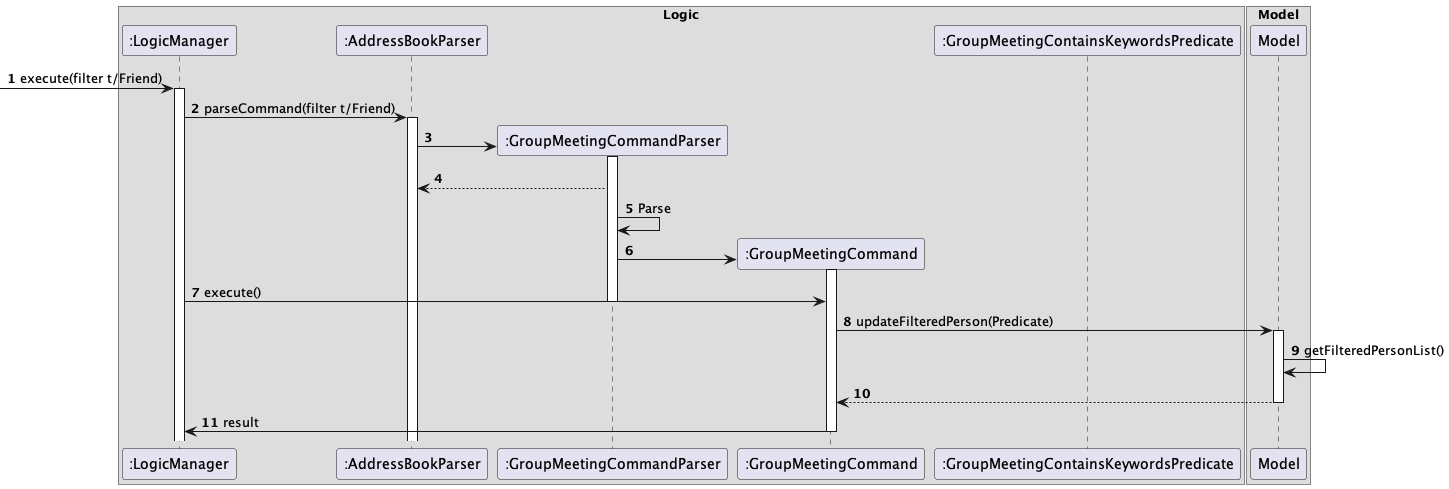
Before: diagrams/GroupMeetingSequenceDiagram.png, a diagram exported from PlantUML (AY2324S1-CS2103-W14-1/tp). Source of this version:
```plantuml
@startuml

box Logic
participant ":LogicManager" as LogicManager
participant ":AddressBookParser" as AddressBookParser
participant ":GroupMeetingCommandParser" as GroupMeetingCommandParser
participant ":GroupMeetingCommand" as GroupMeetingCommand
participant ":GroupMeetingContainsKeywordsPredicate" as GroupMeetingContainsKeywordsPredicate
end box

autonumber
[->LogicManager : execute(filter t/Friend)
activate LogicManager

LogicManager -> AddressBookParser : parseCommand(filter t/Friend)
activate AddressBookParser

create GroupMeetingCommandParser
AddressBookParser -> GroupMeetingCommandParser:
activate GroupMeetingCommandParser

GroupMeetingCommandParser --> AddressBookParser
GroupMeetingCommandParser -> GroupMeetingCommandParser : Parse

create GroupMeetingCommand
GroupMeetingCommandParser -> GroupMeetingCommand
activate GroupMeetingCommand
LogicManager -> GroupMeetingCommand : execute()
deactivate GroupMeetingCommandParser

GroupMeetingCommand -> Model : updateFilteredPerson(Predicate)
activate Model
Model -> Model : getFilteredPersonList()
Model --> GroupMeetingCommand
deactivate Model
LogicManager <- GroupMeetingCommand: result
deactivate GroupMeetingCommand

box Model
participant ":Model" as Model
end box
@enduml
```
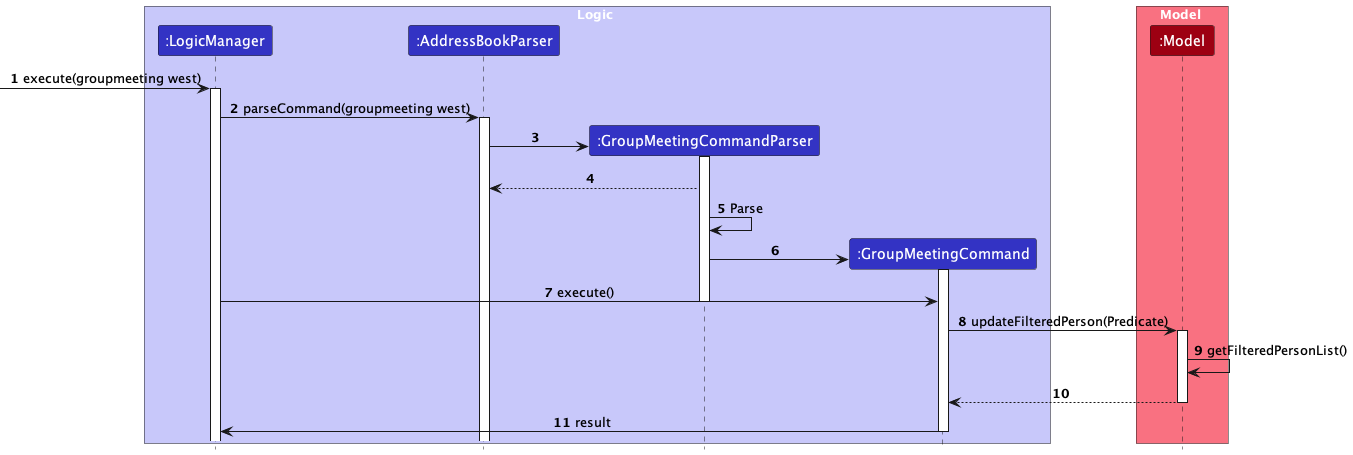
Above is the later version.

What changed in the source:
```diff
@@ -1,18 +1,23 @@
 @startuml
+!include style.puml
+skinparam ArrowFontStyle plain
 
-box Logic
-participant ":LogicManager" as LogicManager
-participant ":AddressBookParser" as AddressBookParser
-participant ":GroupMeetingCommandParser" as GroupMeetingCommandParser
-participant ":GroupMeetingCommand" as GroupMeetingCommand
-participant ":GroupMeetingContainsKeywordsPredicate" as GroupMeetingContainsKeywordsPredicate
+box Logic LOGIC_COLOR_T1
+participant ":LogicManager" as LogicManager LOGIC_COLOR
+participant ":AddressBookParser" as AddressBookParser LOGIC_COLOR
+participant ":GroupMeetingCommandParser" as GroupMeetingCommandParser LOGIC_COLOR
+participant ":GroupMeetingCommand" as GroupMeetingCommand LOGIC_COLOR
+end box
+
+box Model MODEL_COLOR_T1
+participant ":Model" as Model MODEL_COLOR
 end box
 
 autonumber
-[->LogicManager : execute(filter t/Friend)
+[->LogicManager : execute(groupmeeting west)
 activate LogicManager
 
-LogicManager -> AddressBookParser : parseCommand(filter t/Friend)
+LogicManager -> AddressBookParser : parseCommand(groupmeeting west)
 activate AddressBookParser
 
 create GroupMeetingCommandParser
@@ -36,7 +41,4 @@
 LogicManager <- GroupMeetingCommand: result
 deactivate GroupMeetingCommand
 
-box Model
-participant ":Model" as Model
-end box
 @enduml
```
